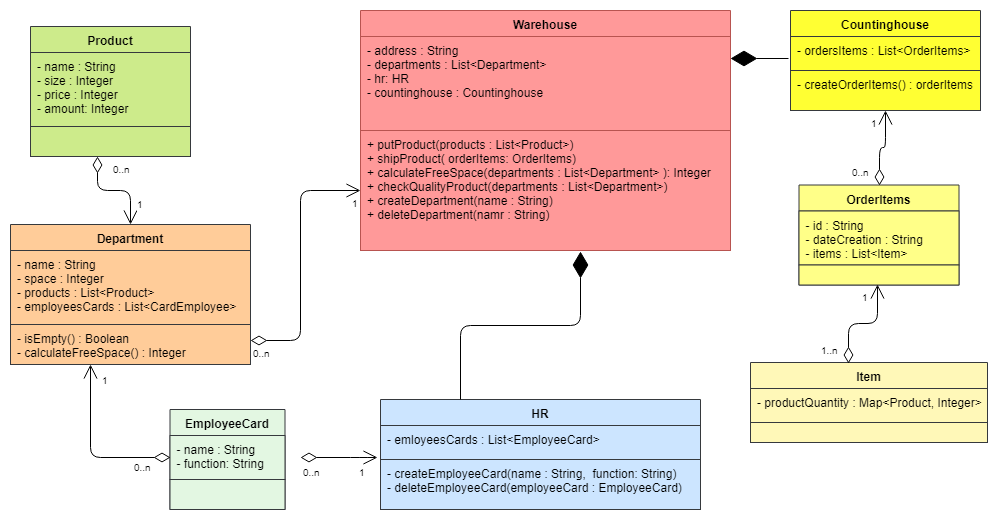
Before: Warehouse.png, a diagram exported from draw.io (MaxValencio/task_7_decompose_warehouse). Source tidied: cells renumbered, new cells last; positions are measured from the earlier drawing's top-left corner, leaving out a move shared by most shapes.
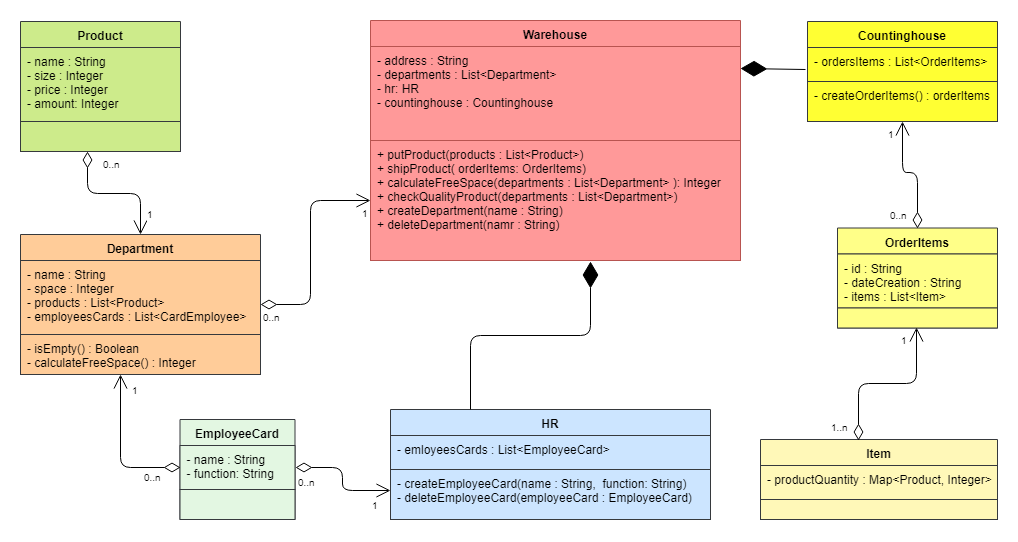
The same diagram one commit later.

Diff of the diagram source:
```diff
@@ -21,7 +21,7 @@
       <mxGeometry y="100" width="240" height="40" as="geometry" />
     </mxCell>
     <mxCell id="8" value="OrderItems" style="swimlane;fontStyle=1;align=center;verticalAlign=top;horizontal=1;startSize=26;rounded=0;shadow=0;glass=0;comic=0;fillColor=#ffff88;strokeColor=#36393d;" parent="1" vertex="1">
-      <mxGeometry x="788.5" y="174.5" width="160" height="100" as="geometry" />
+      <mxGeometry x="817" y="207.5" width="160" height="100" as="geometry" />
     </mxCell>
     <mxCell id="9" value="- id : String&#10;- dateCreation : String&#10;- items : List&lt;Item&gt;&#10;" style="text;strokeColor=#36393d;fillColor=#ffff88;align=left;verticalAlign=top;spacingLeft=4;spacingRight=4;overflow=hidden;" parent="8" vertex="1">
       <mxGeometry y="26" width="160" height="54" as="geometry" />
@@ -30,7 +30,7 @@
       <mxGeometry y="80" width="160" height="20" as="geometry" />
     </mxCell>
     <mxCell id="11" value="Product" style="swimlane;fontStyle=1;align=center;verticalAlign=top;horizontal=1;startSize=26;rounded=0;shadow=0;glass=0;comic=0;fillColor=#cdeb8b;strokeColor=#36393d;" parent="1" vertex="1">
-      <mxGeometry x="20" y="16" width="160" height="130" as="geometry" />
+      <mxGeometry y="1" width="160" height="130" as="geometry" />
     </mxCell>
     <mxCell id="12" value="- name : String&#10;- size : Integer&#10;- price : Integer&#10;- amount: Integer" style="text;strokeColor=#36393d;fillColor=#cdeb8b;align=left;verticalAlign=top;spacingLeft=4;spacingRight=4;overflow=hidden;" parent="11" vertex="1">
       <mxGeometry y="26" width="160" height="74" as="geometry" />
@@ -39,7 +39,7 @@
       <mxGeometry y="100" width="160" height="30" as="geometry" />
     </mxCell>
     <mxCell id="14" value="Countinghouse" style="swimlane;fontStyle=1;align=center;verticalAlign=top;horizontal=1;startSize=26;rounded=0;shadow=0;glass=0;comic=0;fillColor=#FFFF33;strokeColor=#36393d;" parent="1" vertex="1">
-      <mxGeometry x="780" width="190" height="100" as="geometry" />
+      <mxGeometry x="787" y="1" width="190" height="100" as="geometry" />
     </mxCell>
     <mxCell id="15" value="- ordersItems : List&lt;OrderItems&gt;&#10;" style="text;strokeColor=#36393d;fillColor=#FFFF33;align=left;verticalAlign=top;spacingLeft=4;spacingRight=4;overflow=hidden;points=[[0,0.5],[1,0.5]];portConstraint=eastwest;" parent="14" vertex="1">
       <mxGeometry y="26" width="190" height="34" as="geometry" />
@@ -74,7 +74,7 @@
     <mxCell id="25" value="&lt;br&gt;&lt;br&gt;" style="endArrow=open;html=1;endSize=12;startArrow=diamondThin;startSize=14;startFill=0;edgeStyle=orthogonalEdgeStyle;exitX=0;exitY=0.5;exitDx=0;exitDy=0;" parent="1" edge="1" source="21" target="7">
       <mxGeometry relative="1" as="geometry">
         <Array as="points">
-          <mxPoint x="80" y="447" />
+          <mxPoint x="100" y="447" />
         </Array>
       </mxGeometry>
     </mxCell>
@@ -102,7 +102,12 @@
       </mxGeometry>
     </mxCell>
     <mxCell id="31" style="endArrow=open;html=1;endSize=12;startArrow=diamondThin;startSize=14;startFill=0;edgeStyle=orthogonalEdgeStyle;exitX=0.5;exitY=0;exitDx=0;exitDy=0;entryX=0.5;entryY=1;entryDx=0;entryDy=0;" parent="1" edge="1" source="8" target="14">
-      <mxGeometry x="0.25" y="40" relative="1" as="geometry" />
+      <mxGeometry x="0.25" y="40" relative="1" as="geometry">
+        <Array as="points">
+          <mxPoint x="897" y="152" />
+          <mxPoint x="882" y="152" />
+        </Array>
+      </mxGeometry>
     </mxCell>
     <mxCell id="32" value="0..n" style="html=1;align=left;verticalAlign=top;labelBackgroundColor=#ffffff;fontSize=10;" parent="31" vertex="1">
       <mxGeometry x="-1" relative="1" as="geometry">
@@ -114,11 +119,10 @@
         <mxPoint x="-6.5" as="offset" />
       </mxGeometry>
     </mxCell>
-    <mxCell id="34" style="endArrow=open;html=1;endSize=12;startArrow=diamondThin;startSize=14;startFill=0;edgeStyle=orthogonalEdgeStyle;entryX=0;entryY=0.5;entryDx=0;entryDy=0;" parent="1" edge="1" target="4">
+    <mxCell id="34" style="endArrow=open;html=1;endSize=12;startArrow=diamondThin;startSize=14;startFill=0;edgeStyle=orthogonalEdgeStyle;entryX=0;entryY=0.5;entryDx=0;entryDy=0;exitX=1;exitY=0.5;exitDx=0;exitDy=0;" parent="1" edge="1" source="5" target="4">
       <mxGeometry y="20" relative="1" as="geometry">
-        <mxPoint x="240" y="330" as="sourcePoint" />
         <Array as="points">
-          <mxPoint x="290" y="330" />
+          <mxPoint x="290" y="284" />
           <mxPoint x="290" y="180" />
         </Array>
       </mxGeometry>
@@ -129,12 +133,11 @@
     <mxCell id="36" value="1" style="html=1;align=right;verticalAlign=top;labelBackgroundColor=#ffffff;fontSize=10;" parent="34" vertex="1">
       <mxGeometry x="1" relative="1" as="geometry" />
     </mxCell>
-    <mxCell id="37" value="&lt;br&gt;&lt;br&gt;" style="endArrow=open;html=1;endSize=12;startArrow=diamondThin;startSize=14;startFill=0;entryX=-0.008;entryY=0.933;entryDx=0;entryDy=0;entryPerimeter=0;edgeStyle=orthogonalEdgeStyle;" parent="1" edge="1" target="18">
+    <mxCell id="37" value="&lt;br&gt;&lt;br&gt;" style="endArrow=open;html=1;endSize=12;startArrow=diamondThin;startSize=14;startFill=0;edgeStyle=orthogonalEdgeStyle;exitX=1;exitY=0.5;exitDx=0;exitDy=0;" parent="1" edge="1" source="21" target="19">
       <mxGeometry relative="1" as="geometry">
-        <mxPoint x="290" y="447" as="sourcePoint" />
         <Array as="points">
-          <mxPoint x="350" y="447" />
-          <mxPoint x="350" y="447" />
+          <mxPoint x="322" y="447" />
+          <mxPoint x="322" y="470" />
         </Array>
       </mxGeometry>
     </mxCell>
@@ -149,7 +152,7 @@
       </mxGeometry>
     </mxCell>
     <mxCell id="40" value="Item" style="swimlane;fontStyle=1;align=center;verticalAlign=top;horizontal=1;startSize=26;rounded=0;shadow=0;glass=0;comic=0;fillColor=#FFF8B8;strokeColor=#36393d;" parent="1" vertex="1">
-      <mxGeometry x="740" y="352" width="237" height="80" as="geometry" />
+      <mxGeometry x="740" y="419" width="237" height="80" as="geometry" />
     </mxCell>
     <mxCell id="41" value="- productQuantity : Map&lt;Product, Integer&gt;&#10;" style="text;strokeColor=#36393d;fillColor=#FFF8B8;align=left;verticalAlign=top;spacingLeft=4;spacingRight=4;overflow=hidden;" parent="40" vertex="1">
       <mxGeometry y="26" width="237" height="34" as="geometry" />
```
